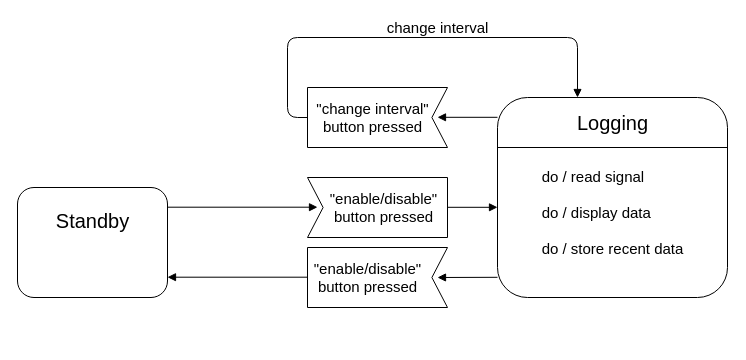
Earlier version of the draw.io diagram diagrams/statechart.drawio (hrrhan002/Terrarium-Logger). Source tidied: cells renumbered, new cells numbered last; positions are measured from the earlier drawing's top-left corner, leaving out a move shared by most shapes. Both pictures are drawn from the tidied source at 100%, with x=0, y=0 at pixel (17, 17).
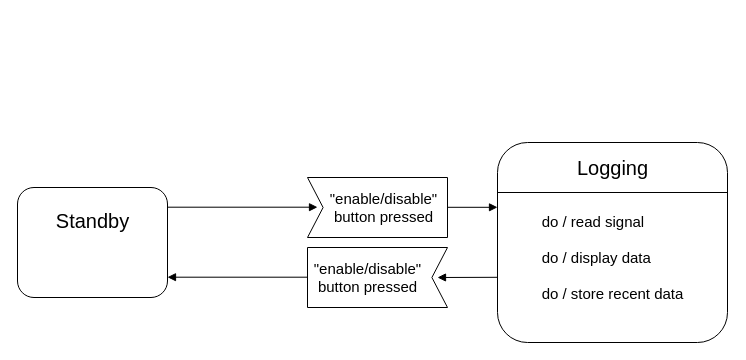
The same page after the edit.

Commit message (it also covers changes not shown here):
Remove toggle interval functionality; Improvements

No longer required to change sample rate. Diagrams and code outline updated to remove this functionality.

In the code there was a clear_log() fn that cleared the eeprom. It has been renamed clear_mem() so that
a new fn clear_log() can be used to clear the console.

Use case diagram has been improved.

Diff of the diagram source:
```diff
@@
-    <mxCell id="2" style="group;" parent="1" vertex="1">
-      <mxGeometry x="290" y="70" width="140" height="60" as="geometry" />
-    </mxCell>
-    <mxCell id="3" style="endArrow=none;html=1;fontSize=20;" parent="2" edge="1">
-      <mxGeometry as="geometry">
-        <mxPoint y="60" as="sourcePoint" />
-        <mxPoint x="140" y="60" as="targetPoint" />
-      </mxGeometry>
-    </mxCell>
-    <mxCell id="4" style="endArrow=none;html=1;fontSize=20;" parent="2" edge="1">
-      <mxGeometry as="geometry">
-        <mxPoint as="sourcePoint" />
-        <mxPoint x="140" as="targetPoint" />
-      </mxGeometry>
-    </mxCell>
-    <mxCell id="5" style="endArrow=none;html=1;fontSize=20;" parent="2" edge="1">
-      <mxGeometry x="-140" as="geometry">
-        <mxPoint y="60" as="sourcePoint" />
-        <mxPoint as="targetPoint" />
-      </mxGeometry>
-    </mxCell>
-    <mxCell id="6" style="endArrow=none;html=1;fontSize=20;" parent="2" edge="1">
-      <mxGeometry x="108.9" as="geometry">
-        <mxPoint x="124.4" y="30" as="sourcePoint" />
-        <mxPoint x="140" y="60" as="targetPoint" />
-      </mxGeometry>
-    </mxCell>
-    <mxCell id="7" style="endArrow=none;html=1;fontSize=20;" parent="2" edge="1">
-      <mxGeometry x="108.9" as="geometry">
-        <mxPoint x="140" as="sourcePoint" />
-        <mxPoint x="124.4" y="30" as="targetPoint" />
-      </mxGeometry>
-    </mxCell>
-    <mxCell id="8" value="&quot;change interval&quot;&lt;div&gt;button pressed&lt;br&gt;&lt;/div&gt;" style="text;html=1;align=center;verticalAlign=middle;fontSize=15;" parent="2" vertex="1">
-      <mxGeometry y="10" width="130" height="40" as="geometry" />
-    </mxCell>
@@
     <mxCell id="26" style="group;" parent="1" vertex="1">
-      <mxGeometry x="480" y="80" width="230" height="200" as="geometry" />
+      <mxGeometry x="480" y="125" width="230" height="200" as="geometry" />
     </mxCell>
@@
-    <mxCell id="35" style="endArrow=block;html=1;fontSize=15;endFill=1;" parent="1" edge="1">
-      <mxGeometry relative="1" as="geometry">
-        <mxPoint x="480" y="99.8" as="sourcePoint" />
-        <mxPoint x="420" y="99.8" as="targetPoint" />
-      </mxGeometry>
-    </mxCell>
-    <mxCell id="36" style="endArrow=block;html=1;fontSize=15;rounded=1;endFill=1;" parent="1" edge="1">
-      <mxGeometry relative="1" as="geometry">
-        <mxPoint x="290" y="100" as="sourcePoint" />
-        <mxPoint x="560" y="80" as="targetPoint" />
-        <Array as="points">
-          <mxPoint x="270" y="100" />
-          <mxPoint x="270" y="20" />
-          <mxPoint x="560" y="20" />
-        </Array>
-      </mxGeometry>
-    </mxCell>
-    <mxCell id="37" value="change interval" style="text;html=1;align=center;verticalAlign=middle;fontSize=15;" parent="1" vertex="1">
-      <mxGeometry x="360" width="120" height="20" as="geometry" />
-    </mxCell>
```
